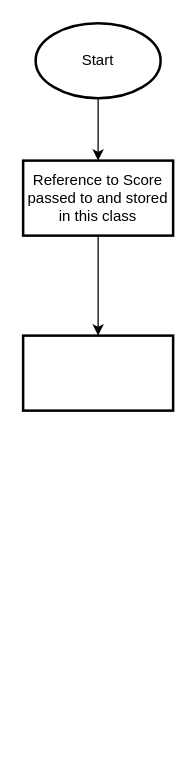
This is docs/flowcharts/XML writer flowchart.drawio from Bingergie/midi2musicxml, a draw.io file, before an edit. Source tidied: cells renumbered, new cells numbered last; positions are measured from the earlier drawing's top-left corner, leaving out a move shared by most shapes. Both pictures are drawn from the tidied source at 125%, with x=0, y=0 at pixel (22, 22).
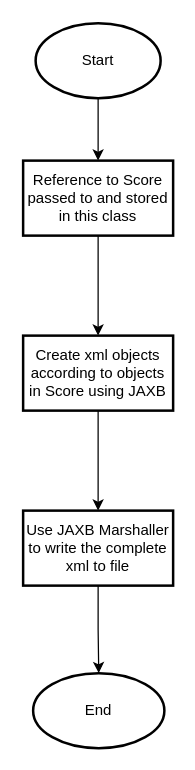
Above is the later version.

Change to the diagram source:
```diff
@@
 <mxGraphModel>
   <root>
     <mxCell id="0" />
     <mxCell id="1" parent="0" />
     <mxCell id="2" style="edgeStyle=orthogonalEdgeStyle;rounded=0;jettySize=auto;html=1;" parent="1" edge="1" source="3" target="5">
       <mxGeometry relative="1" as="geometry" />
     </mxCell>
     <mxCell id="3" value="Start" style="strokeWidth=2;html=1;shape=mxgraph.flowchart.start_1;whiteSpace=wrap;" parent="1" vertex="1">
       <mxGeometry x="10" width="100" height="60" as="geometry" />
     </mxCell>
     <mxCell id="4" style="edgeStyle=orthogonalEdgeStyle;rounded=0;jettySize=auto;html=1;" parent="1" edge="1" source="5" target="6">
       <mxGeometry relative="1" as="geometry" />
     </mxCell>
     <mxCell id="5" value="Reference to Score passed to and stored in this class" style="whiteSpace=wrap;html=1;strokeWidth=2;" parent="1" vertex="1">
       <mxGeometry y="110" width="120" height="60" as="geometry" />
     </mxCell>
+    <mxCell id="7" style="edgeStyle=orthogonalEdgeStyle;rounded=0;jettySize=auto;html=1;" parent="1" edge="1" source="6" target="9">
+      <mxGeometry relative="1" as="geometry" />
+    </mxCell>
-    <mxCell id="6" style="whiteSpace=wrap;html=1;strokeWidth=2;" parent="1" vertex="1">
+    <mxCell id="6" value="Create xml objects according to objects in Score using JAXB" style="whiteSpace=wrap;html=1;strokeWidth=2;" parent="1" vertex="1">
       <mxGeometry y="250" width="120" height="60" as="geometry" />
     </mxCell>
+    <mxCell id="8" style="edgeStyle=orthogonalEdgeStyle;rounded=0;jettySize=auto;html=1;" parent="1" edge="1" source="9" target="10">
+      <mxGeometry relative="1" as="geometry" />
+    </mxCell>
+    <mxCell id="9" value="Use JAXB Marshaller to write the complete xml to file" style="whiteSpace=wrap;html=1;strokeWidth=2;" parent="1" vertex="1">
+      <mxGeometry y="390" width="120" height="60" as="geometry" />
+    </mxCell>
+    <mxCell id="10" value="End" style="ellipse;whiteSpace=wrap;html=1;strokeWidth=2;" parent="1" vertex="1">
+      <mxGeometry x="8" y="520" width="105" height="60" as="geometry" />
+    </mxCell>
   </root>
 </mxGraphModel>
```
